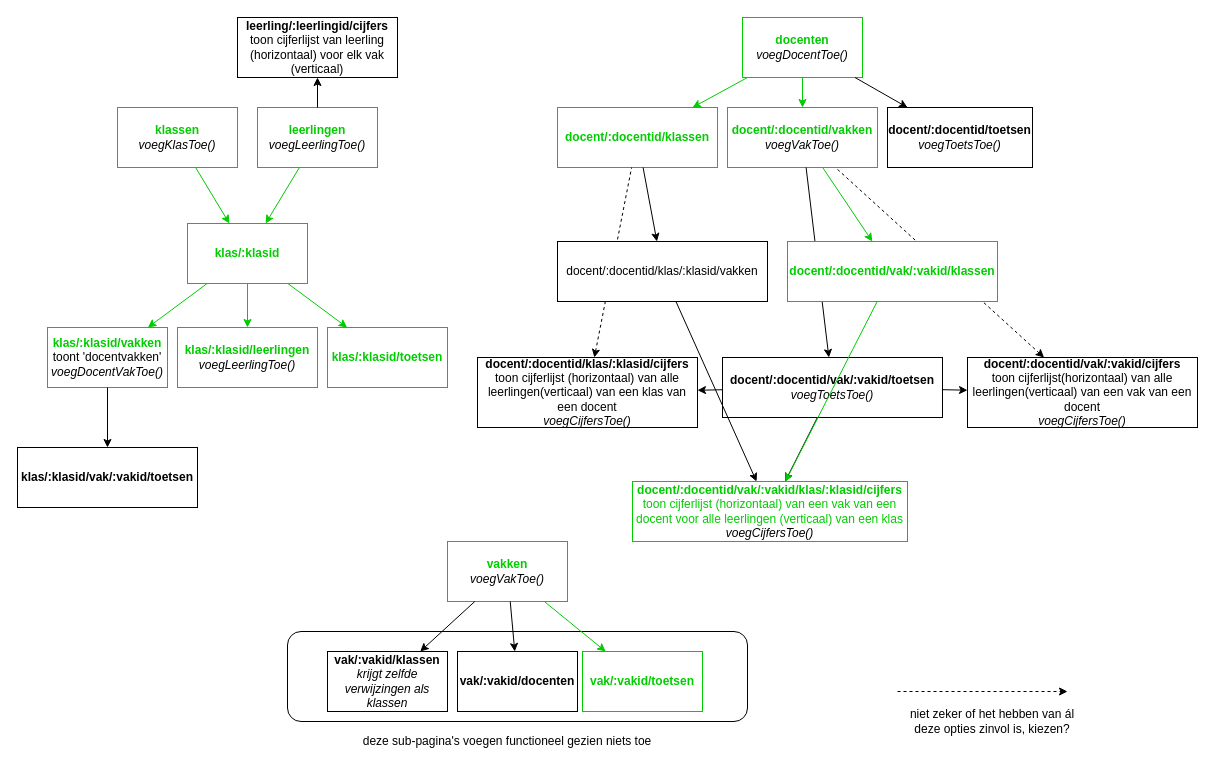
This is CijfersysteemAngular/src/app/StructuurPaginaNavigatie.drawio from Vsvlak/Groepsopdracht-kamer-1-Angular, a draw.io file, before an edit. Source tidied: cells renumbered, new cells numbered last; positions are measured from the earlier drawing's top-left corner, leaving out a move shared by most shapes. Both pictures are drawn from the tidied source at 100%, with x=0, y=0 at pixel (17, 17).
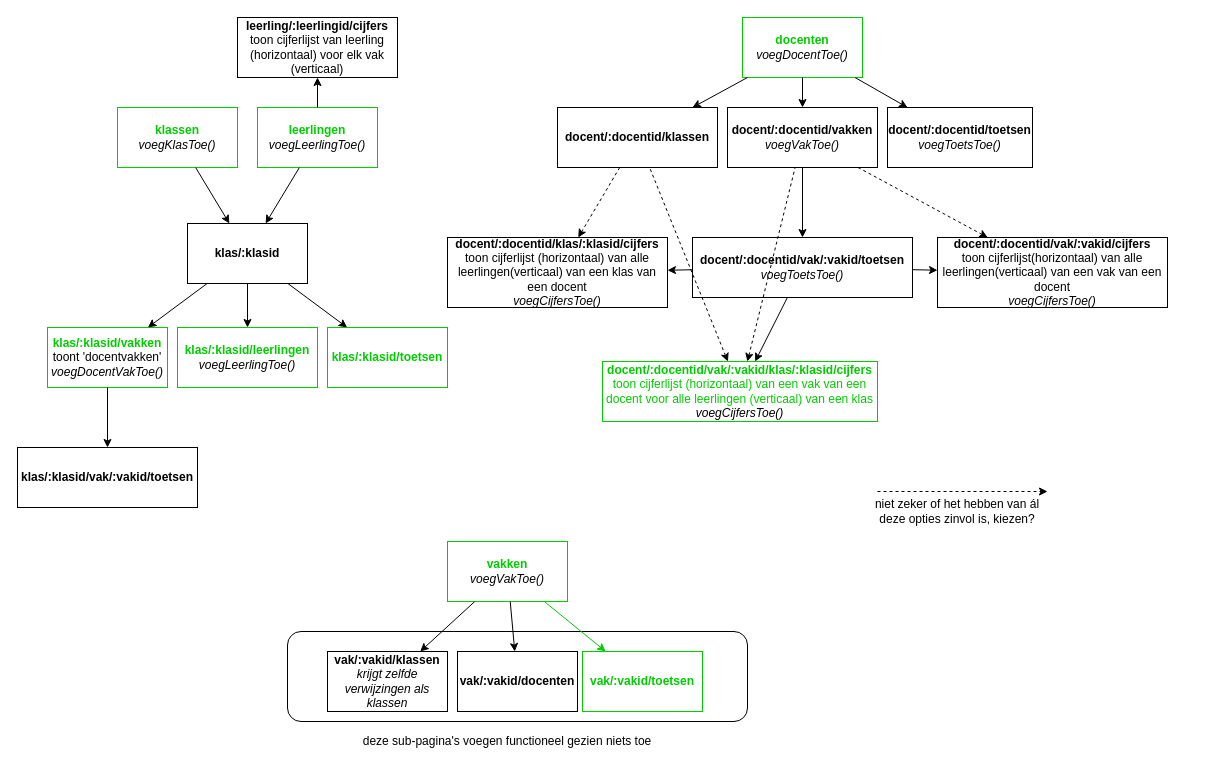
After the change.

Unchanged cells that the change refers to:
```xml
<mxCell id="2" value="&lt;b&gt;&lt;font color=&quot;#00cc00&quot;&gt;klassen&lt;/font&gt;&lt;/b&gt;&lt;br&gt;&lt;i&gt;voegKlasToe()&lt;/i&gt;" style="rounded=0;whiteSpace=wrap;html=1;strokeColor=#00CC00;" parent="1" vertex="1">
  <mxGeometry x="100" y="90" width="120" height="60" as="geometry" />
</mxCell>
<mxCell id="3" value="&lt;font color=&quot;#00cc00&quot;&gt;&lt;b&gt;leerlingen&lt;/b&gt;&lt;br&gt;&lt;/font&gt;&lt;i&gt;voegLeerlingToe()&lt;/i&gt;" style="rounded=0;whiteSpace=wrap;html=1;strokeColor=#00CC00;" parent="1" vertex="1">
  <mxGeometry x="240" y="90" width="120" height="60" as="geometry" />
</mxCell>
<mxCell id="4" value="&lt;b&gt;&lt;font color=&quot;#00cc00&quot;&gt;klas/:klasid/leerlingen&lt;br&gt;&lt;/font&gt;&lt;/b&gt;&lt;i&gt;voegLeerlingToe()&lt;/i&gt;" style="rounded=0;whiteSpace=wrap;html=1;strokeColor=#00CC00;" parent="1" vertex="1">
  <mxGeometry x="160" y="310" width="140" height="60" as="geometry" />
</mxCell>
<mxCell id="7" value="&lt;b&gt;&lt;font color=&quot;#00cc00&quot;&gt;klas/:klasid/vakken&lt;br&gt;&lt;/font&gt;&lt;/b&gt;toont 'docentvakken'&lt;br&gt;&lt;i&gt;voegDocentVakToe()&lt;/i&gt;" style="rounded=0;whiteSpace=wrap;html=1;strokeColor=#00CC00;" parent="1" vertex="1">
  <mxGeometry x="30" y="310" width="120" height="60" as="geometry" />
</mxCell>
<mxCell id="8" value="&lt;b&gt;&lt;font color=&quot;#00cc00&quot;&gt;klas/:klasid/toetsen&lt;/font&gt;&lt;/b&gt;" style="rounded=0;whiteSpace=wrap;html=1;strokeColor=#00CC00;" parent="1" vertex="1">
  <mxGeometry x="310" y="310" width="120" height="60" as="geometry" />
</mxCell>
<mxCell id="11" value="&lt;b&gt;&lt;font color=&quot;#00cc00&quot;&gt;docenten&lt;br&gt;&lt;/font&gt;&lt;/b&gt;&lt;i&gt;voegDocentToe()&lt;/i&gt;" style="rounded=0;whiteSpace=wrap;html=1;strokeColor=#00CC00;" parent="1" vertex="1">
  <mxGeometry x="725" width="120" height="60" as="geometry" />
</mxCell>
```

What changed in the source:
```diff
@@
-    <mxCell id="6" value="&lt;b&gt;&lt;font color=&quot;#00cc00&quot;&gt;docent/:docentid/vakken&lt;br&gt;&lt;/font&gt;&lt;/b&gt;&lt;i&gt;voegVakToe()&lt;/i&gt;" style="rounded=0;whiteSpace=wrap;html=1;strokeColor=#00CC00;" parent="1" vertex="1">
+    <mxCell id="6" value="&lt;b&gt;docent/:docentid/vakken&lt;br&gt;&lt;/b&gt;&lt;i&gt;voegVakToe()&lt;/i&gt;" style="rounded=0;whiteSpace=wrap;html=1;" parent="1" vertex="1">
       <mxGeometry x="710" y="90" width="150" height="60" as="geometry" />
     </mxCell>
@@
-    <mxCell id="12" style="endArrow=none;html=1;startArrow=classic;startFill=1;strokeColor=#00CC00;" parent="1" edge="1" source="19" target="11">
+    <mxCell id="12" style="endArrow=none;html=1;startArrow=classic;startFill=1;" parent="1" edge="1" source="19" target="11">
       <mxGeometry relative="1" as="geometry" />
     </mxCell>
@@
-    <mxCell id="14" style="endArrow=none;html=1;startArrow=classic;startFill=1;strokeColor=#00CC00;" parent="1" edge="1" source="6" target="11">
+    <mxCell id="14" style="endArrow=none;html=1;startArrow=classic;startFill=1;" parent="1" edge="1" source="6" target="11">
       <mxGeometry relative="1" as="geometry" />
     </mxCell>
@@
     <mxCell id="17" value="&lt;b&gt;docent/:docentid/vak/:vakid/toetsen&lt;br&gt;&lt;/b&gt;&lt;i&gt;voegToetsToe()&lt;/i&gt;" style="rounded=0;whiteSpace=wrap;html=1;" parent="1" vertex="1">
-      <mxGeometry x="705" y="340" width="220" height="60" as="geometry" />
+      <mxGeometry x="675" y="220" width="220" height="60" as="geometry" />
     </mxCell>
@@
-    <mxCell id="19" value="&lt;b&gt;&lt;font color=&quot;#00cc00&quot;&gt;docent/:docentid/klassen&lt;/font&gt;&lt;/b&gt;" style="rounded=0;whiteSpace=wrap;html=1;strokeColor=#00CC00;" parent="1" vertex="1">
+    <mxCell id="19" value="&lt;b&gt;docent/:docentid/klassen&lt;/b&gt;" style="rounded=0;whiteSpace=wrap;html=1;" parent="1" vertex="1">
       <mxGeometry x="540" y="90" width="160" height="60" as="geometry" />
     </mxCell>
-    <mxCell id="20" style="endArrow=classic;html=1;endFill=1;strokeColor=#00CC00;" parent="1" edge="1" source="3" target="38">
+    <mxCell id="20" style="endArrow=classic;html=1;endFill=1;" parent="1" edge="1" source="3" target="38">
       <mxGeometry relative="1" as="geometry" />
     </mxCell>
@@
     <mxCell id="22" value="&lt;b&gt;docent/:docentid/klas/:klasid/cijfers&lt;br&gt;&lt;/b&gt;toon cijferlijst (horizontaal) van alle leerlingen(verticaal) van een klas van een docent&lt;br&gt;&lt;i&gt;voegCijfersToe()&lt;/i&gt;" style="rounded=0;whiteSpace=wrap;html=1;" parent="1" vertex="1">
-      <mxGeometry x="460" y="340" width="220" height="70" as="geometry" />
+      <mxGeometry x="430" y="220" width="220" height="70" as="geometry" />
     </mxCell>
@@
     <mxCell id="24" value="&lt;b&gt;docent/:docentid/vak/:vakid/cijfers&lt;br&gt;&lt;/b&gt;toon cijferlijst(horizontaal) van alle leerlingen(verticaal) van een vak van een docent&lt;br&gt;&lt;i&gt;voegCijfersToe()&lt;/i&gt;" style="rounded=0;whiteSpace=wrap;html=1;" parent="1" vertex="1">
-      <mxGeometry x="950" y="340" width="230" height="70" as="geometry" />
+      <mxGeometry x="920" y="220" width="230" height="70" as="geometry" />
     </mxCell>
@@
     <mxCell id="26" value="&lt;font color=&quot;#00cc00&quot;&gt;&lt;b&gt;docent/:docentid/vak/:vakid/klas/:klasid/cijfers&lt;br&gt;&lt;/b&gt;toon cijferlijst (horizontaal) van een vak van een docent voor alle leerlingen (verticaal) van een klas&lt;/font&gt;&lt;br&gt;&lt;i&gt;voegCijfersToe()&lt;/i&gt;" style="rounded=0;whiteSpace=wrap;html=1;strokeColor=#00CC00;" parent="1" vertex="1">
-      <mxGeometry x="615" y="464" width="275" height="60" as="geometry" />
+      <mxGeometry x="585" y="344" width="275" height="60" as="geometry" />
     </mxCell>
+    <mxCell id="51" style="endArrow=none;html=1;startArrow=classic;startFill=1;dashed=1;" parent="1" edge="1" source="26" target="6">
+      <mxGeometry relative="1" as="geometry" />
+    </mxCell>
@@
     <mxCell id="36" style="endArrow=classic;html=1;dashed=1;" parent="1" edge="1">
       <mxGeometry relative="1" as="geometry">
-        <mxPoint x="880" y="674" as="sourcePoint" />
-        <mxPoint x="1050" y="674" as="targetPoint" />
+        <mxPoint x="860" y="474" as="sourcePoint" />
+        <mxPoint x="1030" y="474" as="targetPoint" />
       </mxGeometry>
     </mxCell>
     <mxCell id="37" value="niet zeker of het hebben van ál deze opties zinvol is, kiezen?" style="text;html=1;strokeColor=none;fillColor=none;align=center;verticalAlign=middle;whiteSpace=wrap;rounded=0;" parent="1" vertex="1">
-      <mxGeometry x="880" y="694" width="190" height="20" as="geometry" />
+      <mxGeometry x="845" y="484" width="190" height="20" as="geometry" />
     </mxCell>
-    <mxCell id="38" value="&lt;b&gt;&lt;font color=&quot;#00cc00&quot;&gt;klas/:klasid&lt;/font&gt;&lt;/b&gt;" style="rounded=0;whiteSpace=wrap;html=1;fillColor=none;strokeColor=#00CC00;" parent="1" vertex="1">
+    <mxCell id="38" value="&lt;b&gt;klas/:klasid&lt;/b&gt;" style="rounded=0;whiteSpace=wrap;html=1;fillColor=none;" parent="1" vertex="1">
       <mxGeometry x="170" y="206" width="120" height="60" as="geometry" />
     </mxCell>
-    <mxCell id="39" style="endArrow=classic;html=1;endFill=1;strokeColor=#00CC00;" parent="1" edge="1" source="38" target="7">
+    <mxCell id="39" style="endArrow=classic;html=1;endFill=1;" parent="1" edge="1" source="38" target="7">
       <mxGeometry relative="1" as="geometry" />
     </mxCell>
-    <mxCell id="40" style="endArrow=classic;html=1;endFill=1;strokeColor=#00CC00;" parent="1" edge="1" source="38" target="4">
+    <mxCell id="40" style="endArrow=classic;html=1;endFill=1;" parent="1" edge="1" source="38" target="4">
       <mxGeometry relative="1" as="geometry" />
     </mxCell>
-    <mxCell id="41" style="endArrow=classic;html=1;endFill=1;strokeColor=#00CC00;" parent="1" edge="1" source="38" target="8">
+    <mxCell id="41" style="endArrow=classic;html=1;endFill=1;" parent="1" edge="1" source="38" target="8">
       <mxGeometry relative="1" as="geometry" />
     </mxCell>
-    <mxCell id="42" style="endArrow=classic;html=1;endFill=1;strokeColor=#00CC00;" parent="1" edge="1" source="2" target="38">
+    <mxCell id="42" style="endArrow=classic;html=1;endFill=1;" parent="1" edge="1" source="2" target="38">
       <mxGeometry relative="1" as="geometry" />
     </mxCell>
@@
-    <mxCell id="45" value="&lt;b&gt;&lt;font color=&quot;#00cc00&quot;&gt;docent/:docentid/vak/:vakid/klassen&lt;/font&gt;&lt;/b&gt;" style="rounded=0;whiteSpace=wrap;html=1;strokeColor=#00CC00;" parent="1" vertex="1">
-      <mxGeometry x="770" y="224" width="210" height="60" as="geometry" />
-    </mxCell>
-    <mxCell id="46" value="docent/:docentid/klas/:klasid/vakken" style="rounded=0;whiteSpace=wrap;html=1;" parent="1" vertex="1">
-      <mxGeometry x="540" y="224" width="210" height="60" as="geometry" />
-    </mxCell>
-    <mxCell id="47" style="endArrow=none;html=1;startArrow=classic;startFill=1;strokeColor=#00CC00;" parent="1" edge="1" source="45" target="6">
-      <mxGeometry relative="1" as="geometry" />
-    </mxCell>
-    <mxCell id="48" style="endArrow=none;html=1;startArrow=classic;startFill=1;strokeColor=#00CC00;" parent="1" edge="1" source="26" target="45">
-      <mxGeometry relative="1" as="geometry" />
-    </mxCell>
-    <mxCell id="49" style="endArrow=none;html=1;startArrow=classic;startFill=1;" parent="1" edge="1" source="46" target="19">
-      <mxGeometry relative="1" as="geometry" />
-    </mxCell>
-    <mxCell id="50" style="endArrow=none;html=1;startArrow=classic;startFill=1;" parent="1" edge="1" source="26" target="46">
-      <mxGeometry relative="1" as="geometry" />
-    </mxCell>
+    <mxCell id="52" style="endArrow=none;html=1;startArrow=classic;startFill=1;dashed=1;" parent="1" edge="1" source="26" target="19">
+      <mxGeometry relative="1" as="geometry" />
+    </mxCell>
```
